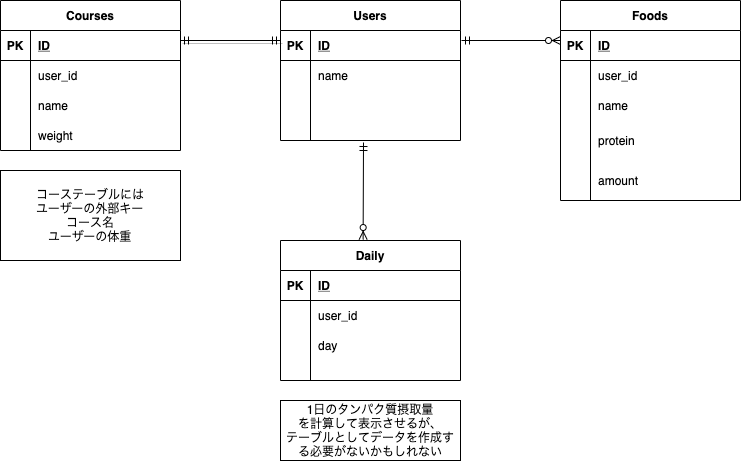
Earlier version of the draw.io export health.drawio.png (kousueke/health-b). Source tidied: cells renumbered, new cells last; positions are measured from the earlier drawing's top-left corner, leaving out a move shared by most shapes.
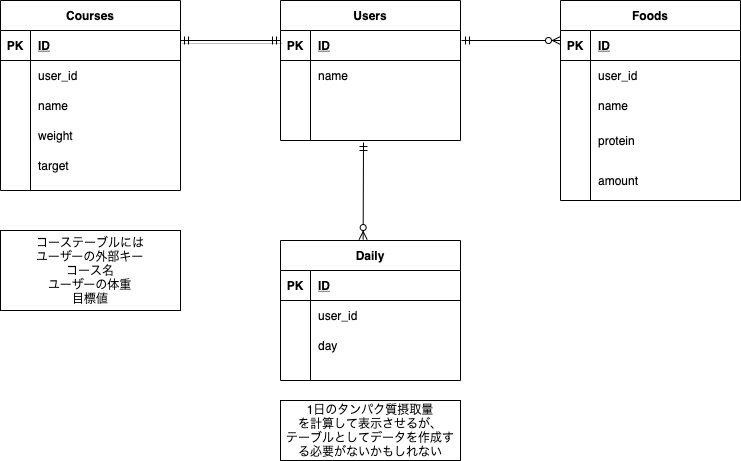
Later version of the same file.

Commit message:
データベース設計coursesテーブルの修正

What changed in the source:
```diff
@@ -90,7 +90,7 @@
       <mxGeometry x="30" width="150" height="40" as="geometry" />
     </mxCell>
     <mxCell id="31" value="Courses" style="shape=table;startSize=30;rowLines=0;fontStyle=1;align=center;" parent="1" vertex="1">
-      <mxGeometry width="180" height="150" as="geometry" />
+      <mxGeometry width="180" height="190" as="geometry" />
     </mxCell>
     <mxCell id="32" style="shape=partialRectangle;fillColor=none;top=0;left=0;bottom=1;right=0;" parent="31" vertex="1">
       <mxGeometry y="30" width="180" height="30" as="geometry" />
@@ -128,6 +128,15 @@
     <mxCell id="43" value="weight" style="shape=partialRectangle;fillColor=none;top=0;left=0;bottom=0;right=0;align=left;spacingLeft=6;overflow=hidden;" parent="41" vertex="1">
       <mxGeometry x="30" width="150" height="30" as="geometry" />
     </mxCell>
+    <mxCell id="63" style="shape=partialRectangle;fillColor=none;top=0;left=0;bottom=0;right=0;" parent="31" vertex="1">
+      <mxGeometry y="150" width="180" height="30" as="geometry" />
+    </mxCell>
+    <mxCell id="64" style="shape=partialRectangle;fillColor=none;top=0;left=0;bottom=0;right=0;overflow=hidden;" parent="63" vertex="1">
+      <mxGeometry width="30" height="30" as="geometry" />
+    </mxCell>
+    <mxCell id="65" value="target" style="shape=partialRectangle;fillColor=none;top=0;left=0;bottom=0;right=0;align=left;spacingLeft=6;overflow=hidden;" parent="63" vertex="1">
+      <mxGeometry x="30" width="150" height="30" as="geometry" />
+    </mxCell>
     <mxCell id="44" style="edgeStyle=entityRelationEdgeStyle;fontSize=12;html=1;endArrow=ERmandOne;startArrow=ERmandOne;strokeWidth=1;strokeColor=none;" parent="1" edge="1">
       <mxGeometry relative="1" as="geometry">
         <mxPoint x="190" y="40" as="sourcePoint" />
@@ -140,8 +149,8 @@
         <mxPoint x="280" y="40" as="targetPoint" />
       </mxGeometry>
     </mxCell>
-    <mxCell id="46" value="コーステーブルには&lt;br&gt;ユーザーの外部キー&lt;br&gt;コース名&lt;br&gt;ユーザーの体重" style="whiteSpace=wrap;html=1;" parent="1" vertex="1">
-      <mxGeometry y="170" width="180" height="90" as="geometry" />
+    <mxCell id="46" value="コーステーブルには&lt;br&gt;ユーザーの外部キー&lt;br&gt;コース名&lt;br&gt;ユーザーの体重&lt;br&gt;目標値" style="whiteSpace=wrap;html=1;" parent="1" vertex="1">
+      <mxGeometry y="230" width="180" height="80" as="geometry" />
     </mxCell>
     <mxCell id="47" style="fontSize=12;html=1;endArrow=ERzeroToMany;startArrow=ERmandOne;" parent="1" edge="1">
       <mxGeometry relative="1" as="geometry">
```
